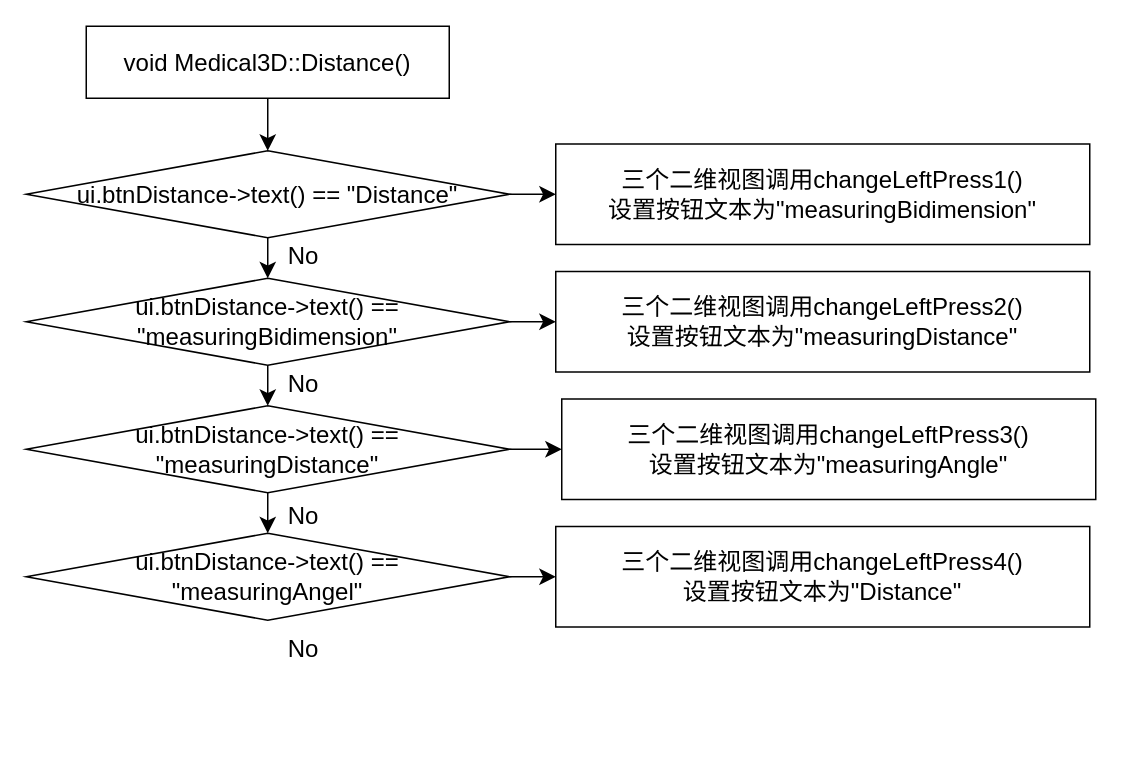
Earlier version of the draw.io diagram page "第 1 页" (1 of 2) of medical3D_models.drawio (Dong-J93/_pictures). Source tidied: cells renumbered, new cells numbered last; positions are measured from the earlier drawing's top-left corner, leaving out a move shared by most shapes. Both pictures are drawn from the tidied source at 150%, with x=0, y=0 at pixel (26, 26).
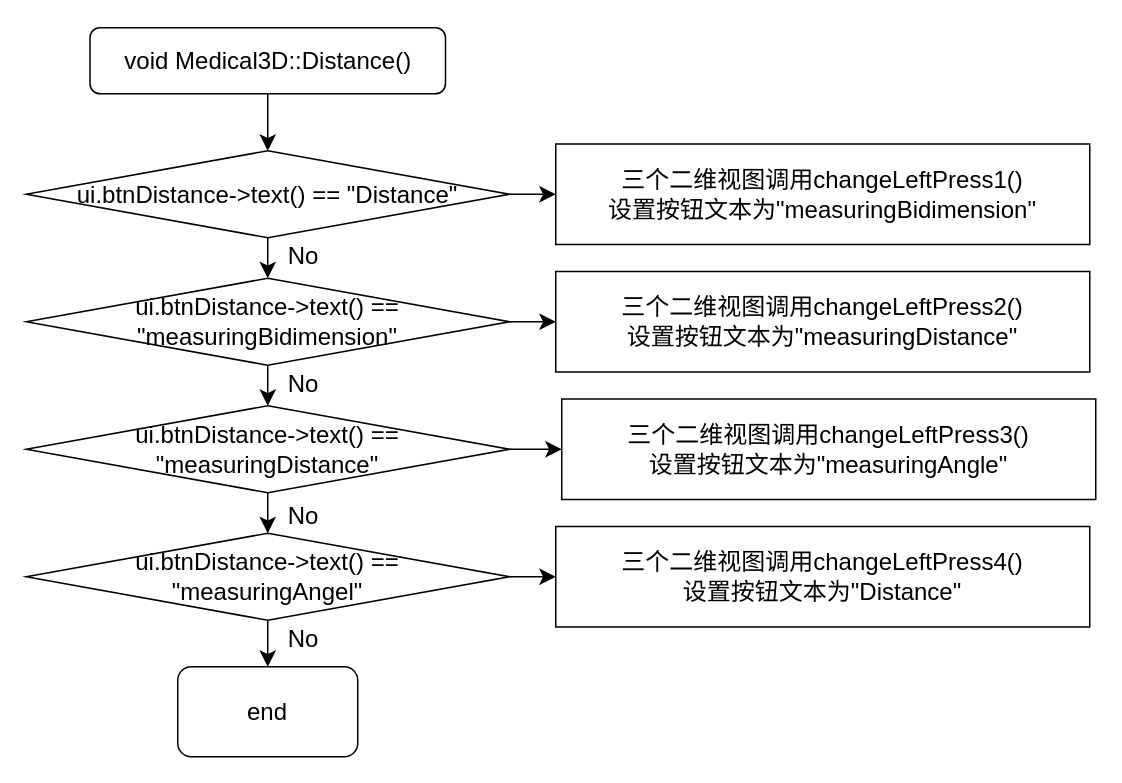
The same diagram, later.

Unchanged cells that the change refers to:
```xml
<mxCell id="6" value="ui.btnDistance-&amp;gt;text() == &quot;Distance&quot;" style="rhombus;whiteSpace=wrap;html=1;fontSize=16;rounded=0;" parent="1" vertex="1">
  <mxGeometry y="83" width="322" height="58" as="geometry" />
</mxCell>
<mxCell id="14" value="ui.btnDistance-&amp;gt;text() == &lt;br&gt;&quot;measuringAngel&quot;" style="rhombus;whiteSpace=wrap;html=1;fontSize=16;rounded=0;" parent="1" vertex="1">
  <mxGeometry y="338" width="322" height="58" as="geometry" />
</mxCell>
```

Diff of the diagram source:
```diff
@@
-    <mxCell id="2" style="edgeStyle=none;curved=1;rounded=0;jettySize=auto;html=1;fontSize=12;startSize=8;endSize=8;" parent="1" edge="1" source="3" target="6">
-      <mxGeometry relative="1" as="geometry" />
-    </mxCell>
-    <mxCell id="3" value="void Medical3D::Distance()" style="rounded=0;whiteSpace=wrap;html=1;fontSize=16;" parent="1" vertex="1">
-      <mxGeometry x="40" width="242" height="48" as="geometry" />
-    </mxCell>
@@
+    <mxCell id="23" style="edgeStyle=none;curved=1;rounded=0;jettySize=auto;html=1;fontSize=12;startSize=8;endSize=8;" parent="1" edge="1" source="14" target="24">
+      <mxGeometry relative="1" as="geometry" />
+    </mxCell>
@@
     <mxCell id="18" value="No" style="text;html=1;strokeColor=none;fillColor=none;align=center;verticalAlign=middle;whiteSpace=wrap;rounded=0;fontSize=16;" parent="1" vertex="1">
-      <mxGeometry x="155" y="400" width="60" height="30" as="geometry" />
+      <mxGeometry x="155" y="393" width="60" height="30" as="geometry" />
     </mxCell>
@@
+    <mxCell id="24" value="end" style="rounded=1;whiteSpace=wrap;html=1;fontSize=16;" parent="1" vertex="1">
+      <mxGeometry x="101" y="427" width="120" height="60" as="geometry" />
+    </mxCell>
+    <mxCell id="2" style="edgeStyle=none;curved=1;rounded=0;jettySize=auto;html=1;fontSize=12;startSize=8;endSize=8;entryX=0.5;entryY=0;entryDx=0;entryDy=0;" parent="1" edge="1" source="3" target="6">
+      <mxGeometry relative="1" as="geometry" />
+    </mxCell>
+    <mxCell id="3" value="void Medical3D::Distance()" style="rounded=1;whiteSpace=wrap;html=1;fontSize=16;" parent="1" vertex="1">
+      <mxGeometry x="42.5" y="1" width="237" height="44" as="geometry" />
+    </mxCell>
```
